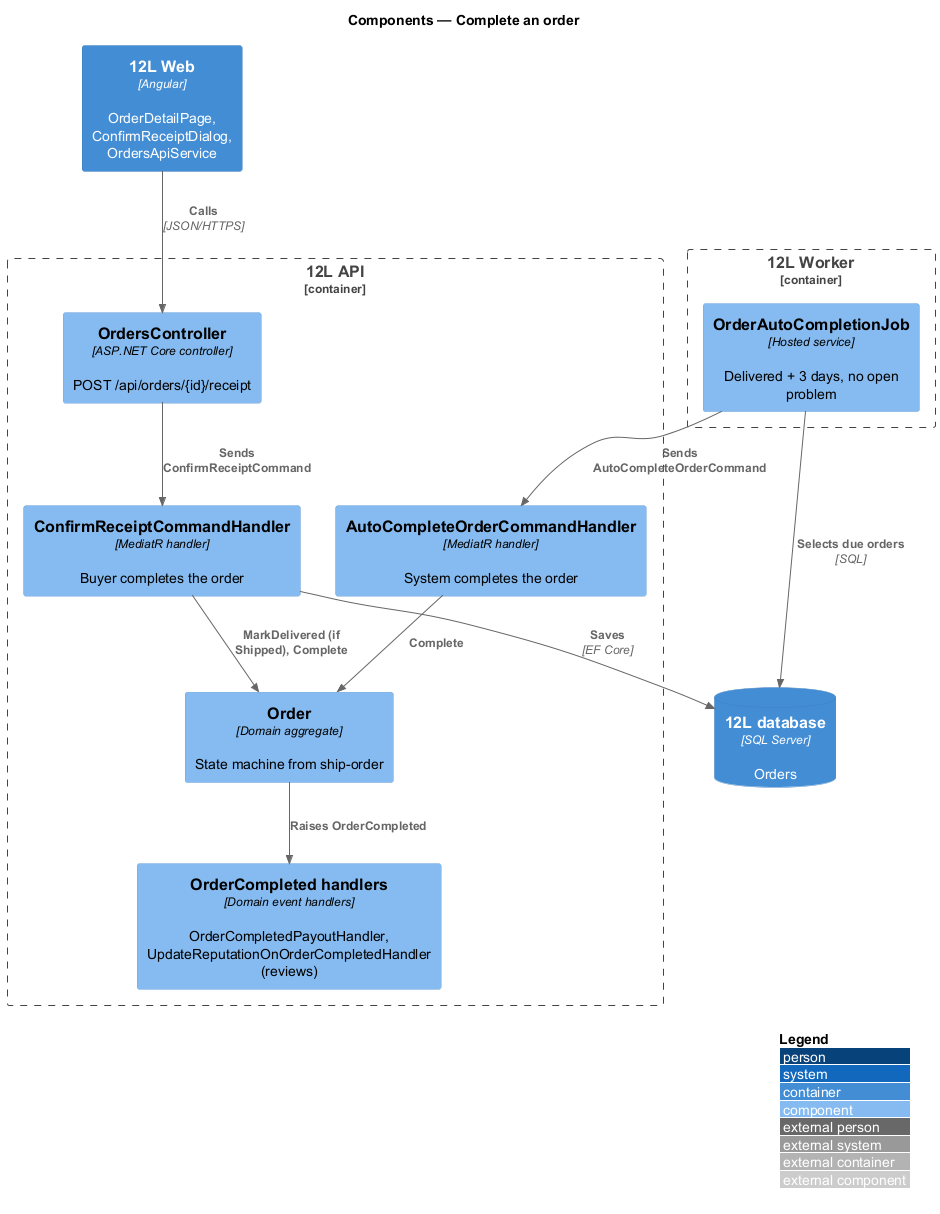
QuinntyneBrown/12l keeps this PlantUML diagram as docs/detailed-designs/orders/complete-order/diagrams/c4-component.png. Above is the earlier version.
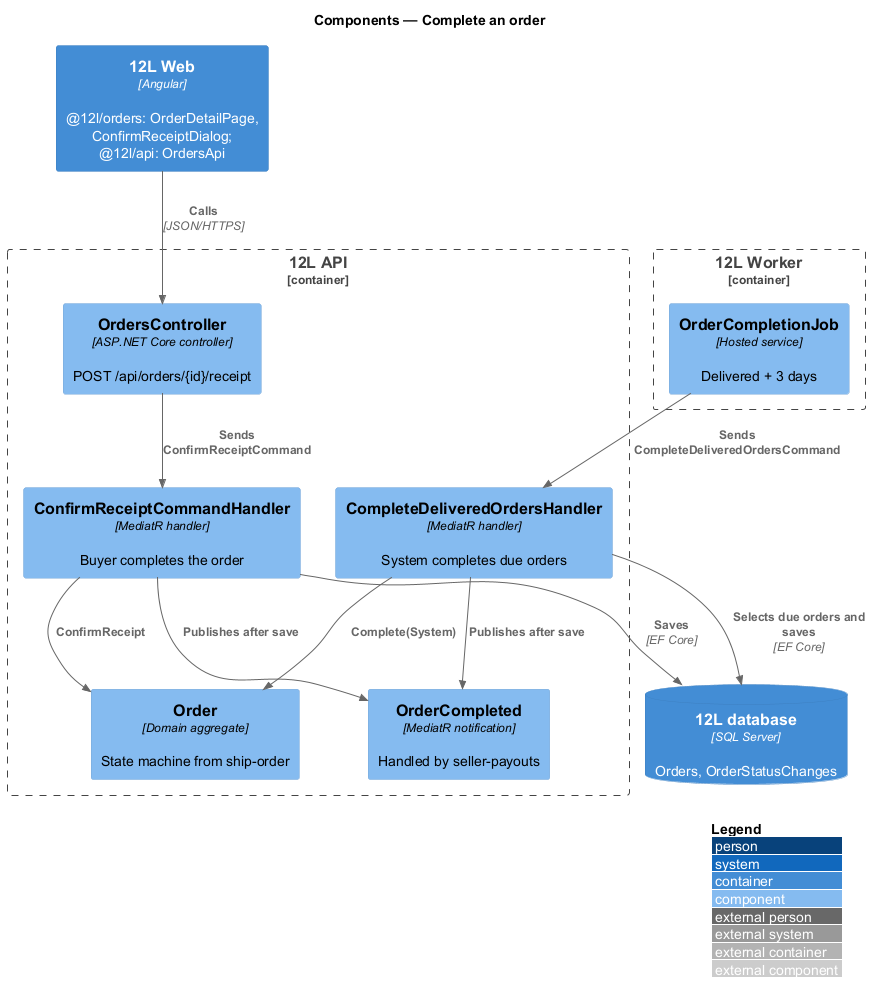
After the change.

The edit, as a diff of the source:
```diff
@@ -3,24 +3,25 @@
 LAYOUT_WITH_LEGEND()
 title Components — Complete an order
 
-Container(web, "12L Web", "Angular", "OrderDetailPage, ConfirmReceiptDialog, OrdersApiService")
+Container(web, "12L Web", "Angular", "@12l/orders: OrderDetailPage, ConfirmReceiptDialog; @12l/api: OrdersApi")
 Container_Boundary(api, "12L API") {
   Component(ctrl, "OrdersController", "ASP.NET Core controller", "POST /api/orders/{id}/receipt")
   Component(h, "ConfirmReceiptCommandHandler", "MediatR handler", "Buyer completes the order")
-  Component(ch, "AutoCompleteOrderCommandHandler", "MediatR handler", "System completes the order")
+  Component(ch, "CompleteDeliveredOrdersHandler", "MediatR handler", "System completes due orders")
   Component(order, "Order", "Domain aggregate", "State machine from ship-order")
-  Component(evt, "OrderCompleted handlers", "Domain event handlers", "OrderCompletedPayoutHandler, UpdateReputationOnOrderCompletedHandler (reviews)")
+  Component(evt, "OrderCompleted", "MediatR notification", "Handled by seller-payouts")
 }
 Container_Boundary(worker, "12L Worker") {
-  Component(job, "OrderAutoCompletionJob", "Hosted service", "Delivered + 3 days, no open problem")
+  Component(job, "OrderCompletionJob", "Hosted service", "Delivered + 3 days")
 }
-ContainerDb(db, "12L database", "SQL Server", "Orders")
+ContainerDb(db, "12L database", "SQL Server", "Orders, OrderStatusChanges")
 Rel(web, ctrl, "Calls", "JSON/HTTPS")
 Rel(ctrl, h, "Sends ConfirmReceiptCommand")
-Rel(job, ch, "Sends AutoCompleteOrderCommand")
-Rel(h, order, "MarkDelivered (if Shipped), Complete")
-Rel(ch, order, "Complete")
-Rel(order, evt, "Raises OrderCompleted")
+Rel(job, ch, "Sends CompleteDeliveredOrdersCommand")
+Rel(h, order, "ConfirmReceipt")
+Rel(ch, order, "Complete(System)")
+Rel(h, evt, "Publishes after save")
+Rel(ch, evt, "Publishes after save")
 Rel(h, db, "Saves", "EF Core")
-Rel(job, db, "Selects due orders", "SQL")
+Rel(ch, db, "Selects due orders and saves", "EF Core")
 @enduml
```
